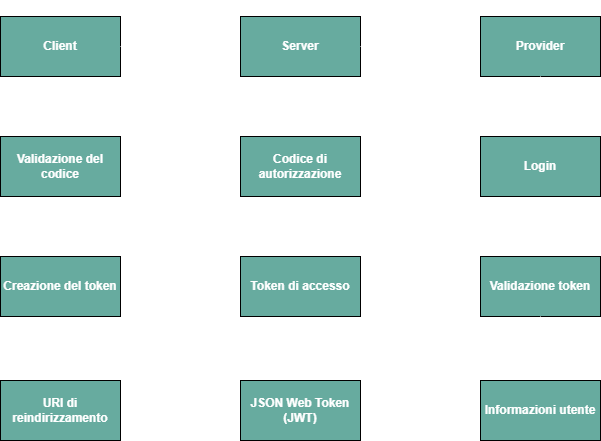
Before: Architettura_.png, a diagram exported from draw.io (annamaria05/Oauth2_social_login). Source tidied: cells renumbered, new cells last; positions are measured from the earlier drawing's top-left corner, leaving out a move shared by most shapes. Its diagram source:
```xml
<mxGraphModel>
  <root>
    <mxCell id="0" />
    <mxCell id="1" parent="0" />
    <mxCell id="2" value="&lt;b&gt;&lt;font color=&quot;#ffffff&quot;&gt;Client&lt;/font&gt;&lt;/b&gt;" style="rounded=0;whiteSpace=wrap;html=1;fillColor=#67AB9F;" parent="1" vertex="1">
      <mxGeometry y="10" width="120" height="60" as="geometry" />
    </mxCell>
    <mxCell id="3" value="&lt;font color=&quot;#ffffff&quot;&gt;&lt;b&gt;Server&lt;span style=&quot;white-space: pre;&quot;&gt;&#9;&lt;/span&gt;&lt;span style=&quot;white-space: pre;&quot;&gt;&#9;&lt;/span&gt;&lt;/b&gt;&lt;/font&gt;" style="rounded=0;whiteSpace=wrap;html=1;fillColor=#67AB9F;" parent="1" vertex="1">
      <mxGeometry x="240" y="10" width="120" height="60" as="geometry" />
    </mxCell>
    <mxCell id="4" value="&lt;b&gt;&lt;font color=&quot;#ffffff&quot;&gt;Provider&lt;/font&gt;&lt;/b&gt;" style="rounded=0;whiteSpace=wrap;html=1;fillColor=#67AB9F;" parent="1" vertex="1">
      <mxGeometry x="480" y="10" width="120" height="60" as="geometry" />
    </mxCell>
    <mxCell id="5" style="endArrow=classic;html=1;rounded=0;entryX=0;entryY=0.5;entryDx=0;entryDy=0;exitX=1;exitY=0.5;exitDx=0;exitDy=0;strokeColor=#FFFFFF;" parent="1" edge="1" source="2" target="3">
      <mxGeometry relative="1" as="geometry" />
    </mxCell>
    <mxCell id="6" style="endArrow=classic;html=1;rounded=0;entryX=0;entryY=0.5;entryDx=0;entryDy=0;exitX=1;exitY=0.5;exitDx=0;exitDy=0;fontColor=#FFFFFF;strokeColor=#FFFFFF;" parent="1" edge="1" source="3" target="4">
      <mxGeometry relative="1" as="geometry" />
    </mxCell>
    <mxCell id="7" value="Richiesta di login" style="text;html=1;strokeColor=none;fillColor=none;align=center;verticalAlign=middle;whiteSpace=wrap;rounded=0;fontColor=#ffffff;" parent="1" vertex="1">
      <mxGeometry x="130" y="10" width="100" height="30" as="geometry" />
    </mxCell>
    <mxCell id="8" value="URL di autorizzazione del provider" style="text;html=1;strokeColor=none;fillColor=none;align=center;verticalAlign=middle;whiteSpace=wrap;rounded=0;fontColor=#FFFFFF;" parent="1" vertex="1">
      <mxGeometry x="370" width="100" height="30" as="geometry" />
    </mxCell>
    <mxCell id="9" style="endArrow=classic;html=1;rounded=0;entryX=0.5;entryY=0;entryDx=0;entryDy=0;exitX=0.5;exitY=1;exitDx=0;exitDy=0;strokeColor=#ffffff;" parent="1" edge="1" source="4" target="11">
      <mxGeometry relative="1" as="geometry" />
    </mxCell>
    <mxCell id="10" style="edgeStyle=orthogonalEdgeStyle;rounded=0;jettySize=auto;html=1;exitX=0;exitY=0.5;exitDx=0;exitDy=0;entryX=1;entryY=0.5;entryDx=0;entryDy=0;strokeColor=#ffffff;" parent="1" edge="1" source="11" target="13">
      <mxGeometry relative="1" as="geometry" />
    </mxCell>
    <mxCell id="11" value="&lt;font color=&quot;#ffffff&quot;&gt;&lt;b&gt;Login&lt;/b&gt;&lt;/font&gt;" style="rounded=0;whiteSpace=wrap;html=1;fillColor=#67AB9F;" parent="1" vertex="1">
      <mxGeometry x="480" y="130" width="120" height="60" as="geometry" />
    </mxCell>
    <mxCell id="12" style="edgeStyle=orthogonalEdgeStyle;rounded=0;jettySize=auto;html=1;exitX=0;exitY=0.5;exitDx=0;exitDy=0;entryX=1;entryY=0.5;entryDx=0;entryDy=0;strokeColor=#ffffff;" parent="1" edge="1" source="13" target="16">
      <mxGeometry relative="1" as="geometry" />
    </mxCell>
    <mxCell id="13" value="&lt;font color=&quot;#ffffff&quot;&gt;&lt;b&gt;Codice di autorizzazione&lt;/b&gt;&lt;/font&gt;" style="rounded=0;whiteSpace=wrap;html=1;fillColor=#67AB9F;" parent="1" vertex="1">
      <mxGeometry x="240" y="130" width="120" height="60" as="geometry" />
    </mxCell>
    <mxCell id="14" value="In caso di autorizzazione da parte dell'utente" style="text;html=1;strokeColor=none;fillColor=none;align=center;verticalAlign=middle;whiteSpace=wrap;rounded=0;fontColor=#FFFFFF;" parent="1" vertex="1">
      <mxGeometry x="370" y="110" width="100" height="30" as="geometry" />
    </mxCell>
    <mxCell id="15" style="edgeStyle=orthogonalEdgeStyle;rounded=0;jettySize=auto;html=1;exitX=0.5;exitY=1;exitDx=0;exitDy=0;entryX=0.5;entryY=0;entryDx=0;entryDy=0;strokeColor=#FFFFFF;" parent="1" edge="1" source="16" target="19">
      <mxGeometry relative="1" as="geometry" />
    </mxCell>
    <mxCell id="16" value="&lt;b&gt;&lt;font color=&quot;#ffffff&quot;&gt;Validazione del codice&lt;/font&gt;&lt;/b&gt;" style="rounded=0;whiteSpace=wrap;html=1;fillColor=#67AB9F;" parent="1" vertex="1">
      <mxGeometry y="130" width="120" height="60" as="geometry" />
    </mxCell>
    <mxCell id="17" value="Invio codice al provider" style="text;html=1;strokeColor=none;fillColor=none;align=center;verticalAlign=middle;whiteSpace=wrap;rounded=0;fontColor=#ffffff;" parent="1" vertex="1">
      <mxGeometry x="130" y="120" width="100" height="30" as="geometry" />
    </mxCell>
    <mxCell id="18" style="edgeStyle=orthogonalEdgeStyle;rounded=0;jettySize=auto;html=1;exitX=1;exitY=0.5;exitDx=0;exitDy=0;strokeColor=#ffffff;" parent="1" edge="1" source="19">
      <mxGeometry relative="1" as="geometry">
        <mxPoint x="240" y="280" as="targetPoint" />
      </mxGeometry>
    </mxCell>
    <mxCell id="19" value="&lt;b&gt;&lt;font color=&quot;#ffffff&quot;&gt;Creazione del token&lt;/font&gt;&lt;/b&gt;" style="rounded=0;whiteSpace=wrap;html=1;fillColor=#67AB9F;" parent="1" vertex="1">
      <mxGeometry y="250" width="120" height="60" as="geometry" />
    </mxCell>
    <mxCell id="20" style="edgeStyle=orthogonalEdgeStyle;rounded=0;jettySize=auto;html=1;exitX=1;exitY=0.5;exitDx=0;exitDy=0;strokeColor=#ffffff;" parent="1" edge="1" source="21">
      <mxGeometry relative="1" as="geometry">
        <mxPoint x="480" y="280" as="targetPoint" />
      </mxGeometry>
    </mxCell>
    <mxCell id="21" value="&lt;b&gt;&lt;font color=&quot;#ffffff&quot;&gt;Token di accesso&lt;/font&gt;&lt;/b&gt;" style="rounded=0;whiteSpace=wrap;html=1;fillColor=#67AB9F;" parent="1" vertex="1">
      <mxGeometry x="240" y="250" width="120" height="60" as="geometry" />
    </mxCell>
    <mxCell id="22" value="Passaggio token al server" style="text;html=1;strokeColor=none;fillColor=none;align=center;verticalAlign=middle;whiteSpace=wrap;rounded=0;fontColor=#ffffff;" parent="1" vertex="1">
      <mxGeometry x="130" y="240" width="100" height="30" as="geometry" />
    </mxCell>
    <mxCell id="23" value="&lt;font color=&quot;#ffffff&quot;&gt;&lt;b&gt;Validazione token&lt;/b&gt;&lt;/font&gt;" style="rounded=0;whiteSpace=wrap;html=1;fillColor=#67AB9F;" parent="1" vertex="1">
      <mxGeometry x="480" y="250" width="120" height="60" as="geometry" />
    </mxCell>
    <mxCell id="24" value="Richiesta informazioni utente" style="text;html=1;strokeColor=none;fillColor=none;align=center;verticalAlign=middle;whiteSpace=wrap;rounded=0;fontColor=#FFFFFF;" parent="1" vertex="1">
      <mxGeometry x="365" y="240" width="110" height="30" as="geometry" />
    </mxCell>
    <mxCell id="25" style="edgeStyle=orthogonalEdgeStyle;rounded=0;jettySize=auto;html=1;exitX=0;exitY=0.5;exitDx=0;exitDy=0;strokeColor=#ffffff;" parent="1" edge="1" source="26">
      <mxGeometry relative="1" as="geometry">
        <mxPoint x="360" y="404" as="targetPoint" />
      </mxGeometry>
    </mxCell>
    <mxCell id="26" value="&lt;font color=&quot;#ffffff&quot;&gt;&lt;b&gt;Informazioni utente&lt;/b&gt;&lt;/font&gt;" style="rounded=0;whiteSpace=wrap;html=1;fillColor=#67AB9F;" parent="1" vertex="1">
      <mxGeometry x="480" y="374" width="120" height="60" as="geometry" />
    </mxCell>
    <mxCell id="27" value="Token valido&amp;nbsp;" style="text;html=1;strokeColor=none;fillColor=none;align=center;verticalAlign=middle;whiteSpace=wrap;rounded=0;rotation=0;fontColor=#FFFFFF;" parent="1" vertex="1">
      <mxGeometry x="475" y="325" width="70" height="30" as="geometry" />
    </mxCell>
    <mxCell id="28" style="edgeStyle=orthogonalEdgeStyle;rounded=0;jettySize=auto;html=1;exitX=0;exitY=0.5;exitDx=0;exitDy=0;strokeColor=#ffffff;" parent="1" edge="1" source="29">
      <mxGeometry relative="1" as="geometry">
        <mxPoint x="120" y="404" as="targetPoint" />
      </mxGeometry>
    </mxCell>
    <mxCell id="29" value="&lt;b&gt;&lt;font color=&quot;#ffffff&quot;&gt;JSON Web Token (JWT)&lt;/font&gt;&lt;/b&gt;" style="rounded=0;whiteSpace=wrap;html=1;fillColor=#67AB9F;" parent="1" vertex="1">
      <mxGeometry x="240" y="374" width="120" height="60" as="geometry" />
    </mxCell>
    <mxCell id="30" value="&lt;font style=&quot;font-size: 11px;&quot;&gt;Creazione JWT per l'utente&lt;/font&gt;" style="text;html=1;strokeColor=none;fillColor=none;align=center;verticalAlign=middle;whiteSpace=wrap;rounded=0;fontColor=#FFFFFF;" parent="1" vertex="1">
      <mxGeometry x="365" y="367" width="110" height="30" as="geometry" />
    </mxCell>
    <mxCell id="31" value="&lt;b&gt;&lt;font color=&quot;#ffffff&quot;&gt;URI di reindirizzamento&lt;/font&gt;&lt;/b&gt;" style="rounded=0;whiteSpace=wrap;html=1;fillColor=#67AB9F;" parent="1" vertex="1">
      <mxGeometry y="374" width="120" height="60" as="geometry" />
    </mxCell>
    <mxCell id="32" value="Reindirizzamento utente con JWT incluso&amp;nbsp;" style="text;html=1;strokeColor=none;fillColor=none;align=center;verticalAlign=middle;whiteSpace=wrap;rounded=0;fontColor=#FFFFFF;" parent="1" vertex="1">
      <mxGeometry x="130" y="364" width="100" height="30" as="geometry" />
    </mxCell>
    <mxCell id="33" style="edgeStyle=orthogonalEdgeStyle;rounded=0;jettySize=auto;html=1;exitX=0.5;exitY=1;exitDx=0;exitDy=0;entryX=0.5;entryY=0;entryDx=0;entryDy=0;strokeColor=#ffffff;" parent="1" edge="1" source="23" target="26">
      <mxGeometry relative="1" as="geometry" />
    </mxCell>
  </root>
</mxGraphModel>
```
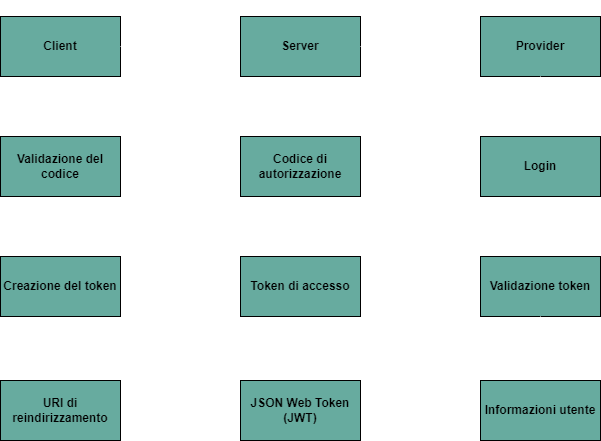
Above is the later version.

Change to the diagram source:
```diff
@@ -2,13 +2,13 @@
   <root>
     <mxCell id="0" />
     <mxCell id="1" parent="0" />
-    <mxCell id="2" value="&lt;b&gt;&lt;font color=&quot;#ffffff&quot;&gt;Client&lt;/font&gt;&lt;/b&gt;" style="rounded=0;whiteSpace=wrap;html=1;fillColor=#67AB9F;" parent="1" vertex="1">
+    <mxCell id="2" value="&lt;b&gt;Client&lt;/b&gt;" style="rounded=0;whiteSpace=wrap;html=1;fillColor=#67AB9F;" parent="1" vertex="1">
       <mxGeometry y="10" width="120" height="60" as="geometry" />
     </mxCell>
-    <mxCell id="3" value="&lt;font color=&quot;#ffffff&quot;&gt;&lt;b&gt;Server&lt;span style=&quot;white-space: pre;&quot;&gt;&#9;&lt;/span&gt;&lt;span style=&quot;white-space: pre;&quot;&gt;&#9;&lt;/span&gt;&lt;/b&gt;&lt;/font&gt;" style="rounded=0;whiteSpace=wrap;html=1;fillColor=#67AB9F;" parent="1" vertex="1">
+    <mxCell id="3" value="&lt;b style=&quot;&quot;&gt;Server&lt;span style=&quot;white-space: pre;&quot;&gt;&#9;&lt;/span&gt;&lt;span style=&quot;white-space: pre;&quot;&gt;&#9;&lt;/span&gt;&lt;/b&gt;" style="rounded=0;whiteSpace=wrap;html=1;fillColor=#67AB9F;" parent="1" vertex="1">
       <mxGeometry x="240" y="10" width="120" height="60" as="geometry" />
     </mxCell>
-    <mxCell id="4" value="&lt;b&gt;&lt;font color=&quot;#ffffff&quot;&gt;Provider&lt;/font&gt;&lt;/b&gt;" style="rounded=0;whiteSpace=wrap;html=1;fillColor=#67AB9F;" parent="1" vertex="1">
+    <mxCell id="4" value="&lt;b&gt;Provider&lt;/b&gt;" style="rounded=0;whiteSpace=wrap;html=1;fillColor=#67AB9F;" parent="1" vertex="1">
       <mxGeometry x="480" y="10" width="120" height="60" as="geometry" />
     </mxCell>
     <mxCell id="5" style="endArrow=classic;html=1;rounded=0;entryX=0;entryY=0.5;entryDx=0;entryDy=0;exitX=1;exitY=0.5;exitDx=0;exitDy=0;strokeColor=#FFFFFF;" parent="1" edge="1" source="2" target="3">
@@ -29,13 +29,13 @@
     <mxCell id="10" style="edgeStyle=orthogonalEdgeStyle;rounded=0;jettySize=auto;html=1;exitX=0;exitY=0.5;exitDx=0;exitDy=0;entryX=1;entryY=0.5;entryDx=0;entryDy=0;strokeColor=#ffffff;" parent="1" edge="1" source="11" target="13">
       <mxGeometry relative="1" as="geometry" />
     </mxCell>
-    <mxCell id="11" value="&lt;font color=&quot;#ffffff&quot;&gt;&lt;b&gt;Login&lt;/b&gt;&lt;/font&gt;" style="rounded=0;whiteSpace=wrap;html=1;fillColor=#67AB9F;" parent="1" vertex="1">
+    <mxCell id="11" value="&lt;b style=&quot;&quot;&gt;Login&lt;/b&gt;" style="rounded=0;whiteSpace=wrap;html=1;fillColor=#67AB9F;" parent="1" vertex="1">
       <mxGeometry x="480" y="130" width="120" height="60" as="geometry" />
     </mxCell>
     <mxCell id="12" style="edgeStyle=orthogonalEdgeStyle;rounded=0;jettySize=auto;html=1;exitX=0;exitY=0.5;exitDx=0;exitDy=0;entryX=1;entryY=0.5;entryDx=0;entryDy=0;strokeColor=#ffffff;" parent="1" edge="1" source="13" target="16">
       <mxGeometry relative="1" as="geometry" />
     </mxCell>
-    <mxCell id="13" value="&lt;font color=&quot;#ffffff&quot;&gt;&lt;b&gt;Codice di autorizzazione&lt;/b&gt;&lt;/font&gt;" style="rounded=0;whiteSpace=wrap;html=1;fillColor=#67AB9F;" parent="1" vertex="1">
+    <mxCell id="13" value="&lt;b style=&quot;&quot;&gt;Codice di autorizzazione&lt;/b&gt;" style="rounded=0;whiteSpace=wrap;html=1;fillColor=#67AB9F;" parent="1" vertex="1">
       <mxGeometry x="240" y="130" width="120" height="60" as="geometry" />
     </mxCell>
     <mxCell id="14" value="In caso di autorizzazione da parte dell'utente" style="text;html=1;strokeColor=none;fillColor=none;align=center;verticalAlign=middle;whiteSpace=wrap;rounded=0;fontColor=#FFFFFF;" parent="1" vertex="1">
@@ -44,7 +44,7 @@
     <mxCell id="15" style="edgeStyle=orthogonalEdgeStyle;rounded=0;jettySize=auto;html=1;exitX=0.5;exitY=1;exitDx=0;exitDy=0;entryX=0.5;entryY=0;entryDx=0;entryDy=0;strokeColor=#FFFFFF;" parent="1" edge="1" source="16" target="19">
       <mxGeometry relative="1" as="geometry" />
     </mxCell>
-    <mxCell id="16" value="&lt;b&gt;&lt;font color=&quot;#ffffff&quot;&gt;Validazione del codice&lt;/font&gt;&lt;/b&gt;" style="rounded=0;whiteSpace=wrap;html=1;fillColor=#67AB9F;" parent="1" vertex="1">
+    <mxCell id="16" value="&lt;b&gt;Validazione del codice&lt;/b&gt;" style="rounded=0;whiteSpace=wrap;html=1;fillColor=#67AB9F;" parent="1" vertex="1">
       <mxGeometry y="130" width="120" height="60" as="geometry" />
     </mxCell>
     <mxCell id="17" value="Invio codice al provider" style="text;html=1;strokeColor=none;fillColor=none;align=center;verticalAlign=middle;whiteSpace=wrap;rounded=0;fontColor=#ffffff;" parent="1" vertex="1">
@@ -55,7 +55,7 @@
         <mxPoint x="240" y="280" as="targetPoint" />
       </mxGeometry>
     </mxCell>
-    <mxCell id="19" value="&lt;b&gt;&lt;font color=&quot;#ffffff&quot;&gt;Creazione del token&lt;/font&gt;&lt;/b&gt;" style="rounded=0;whiteSpace=wrap;html=1;fillColor=#67AB9F;" parent="1" vertex="1">
+    <mxCell id="19" value="&lt;b&gt;Creazione del token&lt;/b&gt;" style="rounded=0;whiteSpace=wrap;html=1;fillColor=#67AB9F;" parent="1" vertex="1">
       <mxGeometry y="250" width="120" height="60" as="geometry" />
     </mxCell>
     <mxCell id="20" style="edgeStyle=orthogonalEdgeStyle;rounded=0;jettySize=auto;html=1;exitX=1;exitY=0.5;exitDx=0;exitDy=0;strokeColor=#ffffff;" parent="1" edge="1" source="21">
@@ -63,13 +63,13 @@
         <mxPoint x="480" y="280" as="targetPoint" />
       </mxGeometry>
     </mxCell>
-    <mxCell id="21" value="&lt;b&gt;&lt;font color=&quot;#ffffff&quot;&gt;Token di accesso&lt;/font&gt;&lt;/b&gt;" style="rounded=0;whiteSpace=wrap;html=1;fillColor=#67AB9F;" parent="1" vertex="1">
+    <mxCell id="21" value="&lt;b&gt;Token di accesso&lt;/b&gt;" style="rounded=0;whiteSpace=wrap;html=1;fillColor=#67AB9F;" parent="1" vertex="1">
       <mxGeometry x="240" y="250" width="120" height="60" as="geometry" />
     </mxCell>
     <mxCell id="22" value="Passaggio token al server" style="text;html=1;strokeColor=none;fillColor=none;align=center;verticalAlign=middle;whiteSpace=wrap;rounded=0;fontColor=#ffffff;" parent="1" vertex="1">
       <mxGeometry x="130" y="240" width="100" height="30" as="geometry" />
     </mxCell>
-    <mxCell id="23" value="&lt;font color=&quot;#ffffff&quot;&gt;&lt;b&gt;Validazione token&lt;/b&gt;&lt;/font&gt;" style="rounded=0;whiteSpace=wrap;html=1;fillColor=#67AB9F;" parent="1" vertex="1">
+    <mxCell id="23" value="&lt;b style=&quot;&quot;&gt;Validazione token&lt;/b&gt;" style="rounded=0;whiteSpace=wrap;html=1;fillColor=#67AB9F;" parent="1" vertex="1">
       <mxGeometry x="480" y="250" width="120" height="60" as="geometry" />
     </mxCell>
     <mxCell id="24" value="Richiesta informazioni utente" style="text;html=1;strokeColor=none;fillColor=none;align=center;verticalAlign=middle;whiteSpace=wrap;rounded=0;fontColor=#FFFFFF;" parent="1" vertex="1">
@@ -80,7 +80,7 @@
         <mxPoint x="360" y="404" as="targetPoint" />
       </mxGeometry>
     </mxCell>
-    <mxCell id="26" value="&lt;font color=&quot;#ffffff&quot;&gt;&lt;b&gt;Informazioni utente&lt;/b&gt;&lt;/font&gt;" style="rounded=0;whiteSpace=wrap;html=1;fillColor=#67AB9F;" parent="1" vertex="1">
+    <mxCell id="26" value="&lt;b style=&quot;&quot;&gt;Informazioni utente&lt;/b&gt;" style="rounded=0;whiteSpace=wrap;html=1;fillColor=#67AB9F;" parent="1" vertex="1">
       <mxGeometry x="480" y="374" width="120" height="60" as="geometry" />
     </mxCell>
     <mxCell id="27" value="Token valido&amp;nbsp;" style="text;html=1;strokeColor=none;fillColor=none;align=center;verticalAlign=middle;whiteSpace=wrap;rounded=0;rotation=0;fontColor=#FFFFFF;" parent="1" vertex="1">
@@ -91,13 +91,13 @@
         <mxPoint x="120" y="404" as="targetPoint" />
       </mxGeometry>
     </mxCell>
-    <mxCell id="29" value="&lt;b&gt;&lt;font color=&quot;#ffffff&quot;&gt;JSON Web Token (JWT)&lt;/font&gt;&lt;/b&gt;" style="rounded=0;whiteSpace=wrap;html=1;fillColor=#67AB9F;" parent="1" vertex="1">
+    <mxCell id="29" value="&lt;b&gt;JSON Web Token (JWT)&lt;/b&gt;" style="rounded=0;whiteSpace=wrap;html=1;fillColor=#67AB9F;" parent="1" vertex="1">
       <mxGeometry x="240" y="374" width="120" height="60" as="geometry" />
     </mxCell>
     <mxCell id="30" value="&lt;font style=&quot;font-size: 11px;&quot;&gt;Creazione JWT per l'utente&lt;/font&gt;" style="text;html=1;strokeColor=none;fillColor=none;align=center;verticalAlign=middle;whiteSpace=wrap;rounded=0;fontColor=#FFFFFF;" parent="1" vertex="1">
       <mxGeometry x="365" y="367" width="110" height="30" as="geometry" />
     </mxCell>
-    <mxCell id="31" value="&lt;b&gt;&lt;font color=&quot;#ffffff&quot;&gt;URI di reindirizzamento&lt;/font&gt;&lt;/b&gt;" style="rounded=0;whiteSpace=wrap;html=1;fillColor=#67AB9F;" parent="1" vertex="1">
+    <mxCell id="31" value="&lt;b&gt;URI di reindirizzamento&lt;/b&gt;" style="rounded=0;whiteSpace=wrap;html=1;fillColor=#67AB9F;" parent="1" vertex="1">
       <mxGeometry y="374" width="120" height="60" as="geometry" />
     </mxCell>
     <mxCell id="32" value="Reindirizzamento utente con JWT incluso&amp;nbsp;" style="text;html=1;strokeColor=none;fillColor=none;align=center;verticalAlign=middle;whiteSpace=wrap;rounded=0;fontColor=#FFFFFF;" parent="1" vertex="1">
```
